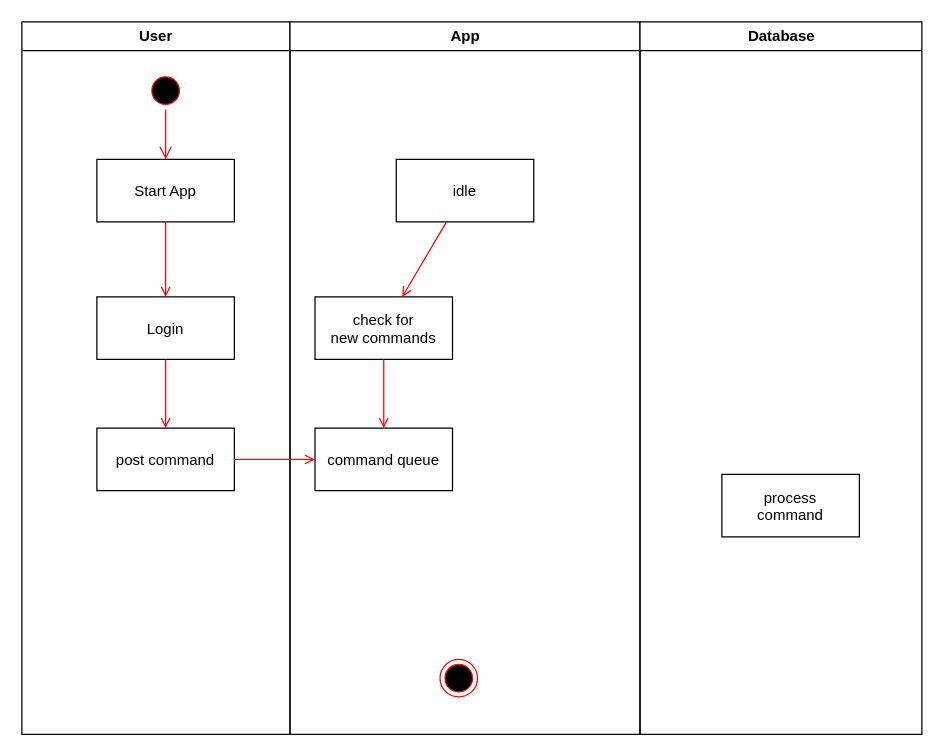
Before: PAM_UML_ACTIVITY.drawio in MFaisal00359/Kamu-nanyeaa, a draw.io diagram. Source tidied: cells renumbered, new cells numbered last; positions are measured from the earlier drawing's top-left corner, leaving out a move shared by most shapes. Both pictures are drawn from the tidied source at 125%, with x=0, y=0 at pixel (21, 21).
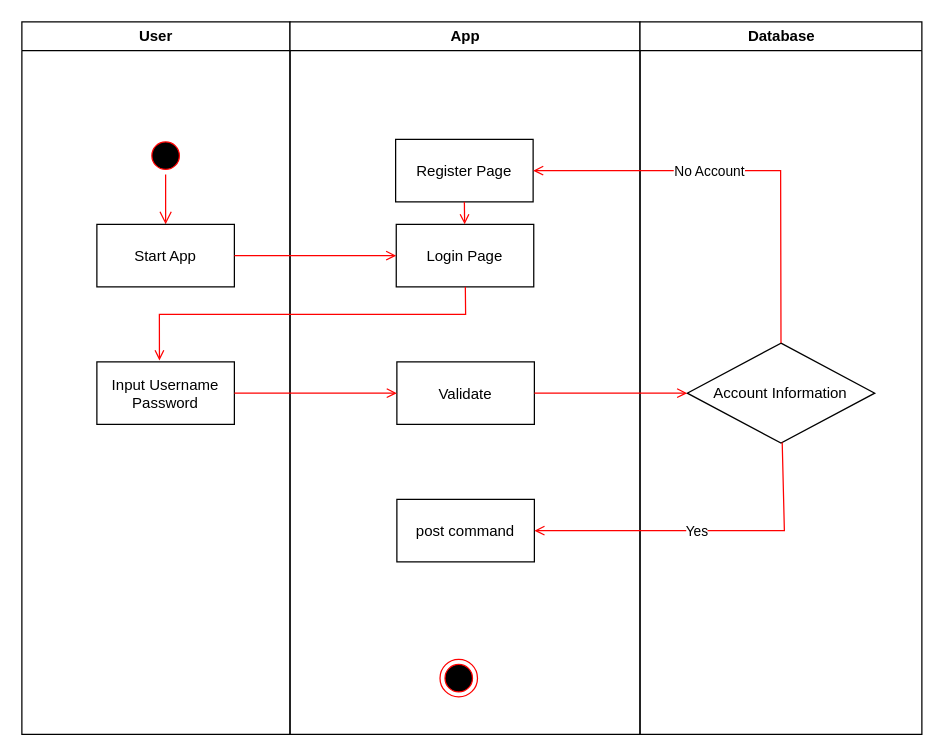
Above is the later version.

The change refers to these unchanged cells:
```xml
<mxCell id="2" value="User" style="swimlane;whiteSpace=wrap;startSize=23;" parent="1" vertex="1">
  <mxGeometry width="214.5" height="570" as="geometry" />
</mxCell>
```

Diff of the diagram source:
```diff
@@
+    <mxCell id="10" value="App" style="swimlane;whiteSpace=wrap;startSize=23;" parent="1" vertex="1">
+      <mxGeometry x="214.5" width="280" height="570" as="geometry" />
+    </mxCell>
+    <mxCell id="16" style="ellipse;shape=endState;fillColor=#000000;strokeColor=#ff0000;" parent="10" vertex="1">
+      <mxGeometry x="120" y="510" width="30" height="30" as="geometry" />
+    </mxCell>
-    <mxCell id="3" style="ellipse;shape=startState;fillColor=#000000;strokeColor=#ff0000;" parent="2" vertex="1">
-      <mxGeometry x="100" y="40" width="30" height="30" as="geometry" />
+    <mxCell id="3" style="ellipse;shape=startState;fillColor=#000000;strokeColor=#ff0000;" parent="10" vertex="1">
+      <mxGeometry x="-114.5" y="92" width="30" height="30" as="geometry" />
     </mxCell>
-    <mxCell id="4" style="edgeStyle=elbowEdgeStyle;elbow=horizontal;verticalAlign=bottom;endArrow=open;endSize=8;strokeColor=#FF0000;endFill=1;rounded=0;" parent="2" edge="1" source="3" target="5">
-      <mxGeometry x="100" y="40" as="geometry" />
+    <mxCell id="4" style="edgeStyle=elbowEdgeStyle;elbow=horizontal;verticalAlign=bottom;endArrow=open;endSize=8;strokeColor=#FF0000;endFill=1;rounded=0;" parent="10" edge="1" source="3" target="5">
+      <mxGeometry x="-114.5" y="40" as="geometry" />
     </mxCell>
-    <mxCell id="5" value="Start App" parent="2" vertex="1">
-      <mxGeometry x="60" y="110" width="110" height="50" as="geometry" />
+    <mxCell id="5" value="Start App" parent="10" vertex="1">
+      <mxGeometry x="-154.5" y="162" width="110" height="50" as="geometry" />
     </mxCell>
-    <mxCell id="6" value="Login" parent="2" vertex="1">
-      <mxGeometry x="60" y="220" width="110" height="50" as="geometry" />
+    <mxCell id="6" value="Input Username&#10;Password" parent="10" vertex="1">
+      <mxGeometry x="-154.5" y="272" width="110" height="50" as="geometry" />
     </mxCell>
-    <mxCell id="7" style="endArrow=open;strokeColor=#FF0000;endFill=1;rounded=0;" parent="2" edge="1" source="5" target="6">
-      <mxGeometry relative="1" as="geometry" />
-    </mxCell>
-    <mxCell id="8" value="post command" parent="2" vertex="1">
-      <mxGeometry x="60" y="325" width="110" height="50" as="geometry" />
-    </mxCell>
-    <mxCell id="9" style="endArrow=open;strokeColor=#FF0000;endFill=1;rounded=0;" parent="2" edge="1" source="6" target="8">
-      <mxGeometry relative="1" as="geometry" />
-    </mxCell>
-    <mxCell id="10" value="App" style="swimlane;whiteSpace=wrap;startSize=23;" parent="1" vertex="1">
-      <mxGeometry x="214.5" width="280" height="570" as="geometry" />
-    </mxCell>
-    <mxCell id="11" value="idle" parent="10" vertex="1">
-      <mxGeometry x="85" y="110" width="110" height="50" as="geometry" />
+    <mxCell id="11" value="Login Page" parent="10" vertex="1">
+      <mxGeometry x="85" y="162" width="110" height="50" as="geometry" />
     </mxCell>
-    <mxCell id="12" value="check for &#10;new commands" parent="10" vertex="1">
-      <mxGeometry x="20" y="220" width="110" height="50" as="geometry" />
+    <mxCell id="12" value="Validate" parent="10" vertex="1">
+      <mxGeometry x="85.5" y="272" width="110" height="50" as="geometry" />
     </mxCell>
+    <mxCell id="20" value="Register Page" parent="10" vertex="1">
+      <mxGeometry x="84.5" y="94" width="110" height="50" as="geometry" />
+    </mxCell>
+    <mxCell id="7" style="endArrow=open;strokeColor=#FF0000;endFill=1;rounded=0;" parent="10" edge="1" source="5" target="11">
+      <mxGeometry relative="1" as="geometry" />
+    </mxCell>
-    <mxCell id="13" style="endArrow=open;strokeColor=#FF0000;endFill=1;rounded=0;" parent="10" edge="1" source="11" target="12">
-      <mxGeometry relative="1" as="geometry" />
+    <mxCell id="13" style="endArrow=open;strokeColor=#FF0000;endFill=1;rounded=0;entryX=0.455;entryY=-0.023;entryDx=0;entryDy=0;entryPerimeter=0;" parent="10" edge="1" source="11" target="6">
+      <mxGeometry relative="1" as="geometry">
+        <Array as="points">
+          <mxPoint x="140.5" y="234" />
+          <mxPoint x="-104.5" y="234" />
+        </Array>
+      </mxGeometry>
     </mxCell>
-    <mxCell id="14" value="command queue" parent="10" vertex="1">
-      <mxGeometry x="20" y="325" width="110" height="50" as="geometry" />
-    </mxCell>
+    <mxCell id="9" style="endArrow=open;strokeColor=#FF0000;endFill=1;rounded=0;" parent="10" edge="1" source="6" target="12">
+      <mxGeometry relative="1" as="geometry" />
+    </mxCell>
+    <mxCell id="8" value="post command" parent="10" vertex="1">
+      <mxGeometry x="85.5" y="382" width="110" height="50" as="geometry" />
+    </mxCell>
+    <mxCell id="21" style="endArrow=open;strokeColor=#FF0000;endFill=1;rounded=0;exitX=0.5;exitY=1;exitDx=0;exitDy=0;" parent="10" edge="1" source="20" target="11">
+      <mxGeometry relative="1" as="geometry" />
+    </mxCell>
+    <mxCell id="17" value="Database" style="swimlane;whiteSpace=wrap;" parent="1" vertex="1">
+      <mxGeometry x="494.5" width="225.5" height="570" as="geometry" />
+    </mxCell>
+    <mxCell id="22" value="Account Information" style="rhombus;whiteSpace=wrap;html=1;" parent="17" vertex="1">
+      <mxGeometry x="37.8" y="257" width="150" height="80" as="geometry" />
+    </mxCell>
-    <mxCell id="15" style="endArrow=open;strokeColor=#FF0000;endFill=1;rounded=0;" parent="10" edge="1" source="12" target="14">
+    <mxCell id="15" style="endArrow=open;strokeColor=#FF0000;endFill=1;rounded=0;" parent="1" edge="1" source="12" target="22">
       <mxGeometry relative="1" as="geometry" />
     </mxCell>
-    <mxCell id="16" style="ellipse;shape=endState;fillColor=#000000;strokeColor=#ff0000;" parent="10" vertex="1">
-      <mxGeometry x="120" y="510" width="30" height="30" as="geometry" />
-    </mxCell>
-    <mxCell id="17" value="Database" style="swimlane;whiteSpace=wrap;" parent="1" vertex="1">
-      <mxGeometry x="494.5" width="225.5" height="570" as="geometry" />
-    </mxCell>
-    <mxCell id="18" value="process&#10;command" parent="17" vertex="1">
-      <mxGeometry x="65.5" y="362" width="110" height="50" as="geometry" />
-    </mxCell>
-    <mxCell id="19" style="endArrow=open;strokeColor=#FF0000;endFill=1;rounded=0;" parent="1" edge="1" source="8" target="14">
-      <mxGeometry relative="1" as="geometry" />
-    </mxCell>
+    <mxCell id="23" style="endArrow=open;strokeColor=#FF0000;endFill=1;rounded=0;exitX=0.5;exitY=0;exitDx=0;exitDy=0;" parent="1" edge="1" source="22" target="20">
+      <mxGeometry relative="1" as="geometry">
+        <Array as="points">
+          <mxPoint x="607" y="119" />
+        </Array>
+      </mxGeometry>
+    </mxCell>
+    <mxCell id="24" value="No Account" style="edgeLabel;html=1;align=center;verticalAlign=middle;" parent="23" vertex="1">
+      <mxGeometry x="0.25" y="1" relative="1" as="geometry">
+        <mxPoint x="14" y="-1" as="offset" />
+      </mxGeometry>
+    </mxCell>
+    <mxCell id="25" style="endArrow=open;strokeColor=#FF0000;endFill=1;rounded=0;entryX=1;entryY=0.5;entryDx=0;entryDy=0;" parent="1" edge="1" source="22" target="8">
+      <mxGeometry relative="1" as="geometry">
+        <Array as="points">
+          <mxPoint x="610" y="407" />
+        </Array>
+      </mxGeometry>
+    </mxCell>
+    <mxCell id="26" value="Yes" style="edgeLabel;html=1;align=center;verticalAlign=middle;" parent="25" vertex="1">
+      <mxGeometry x="0.25" y="1" relative="1" as="geometry">
+        <mxPoint x="28" y="-1" as="offset" />
+      </mxGeometry>
+    </mxCell>
```
